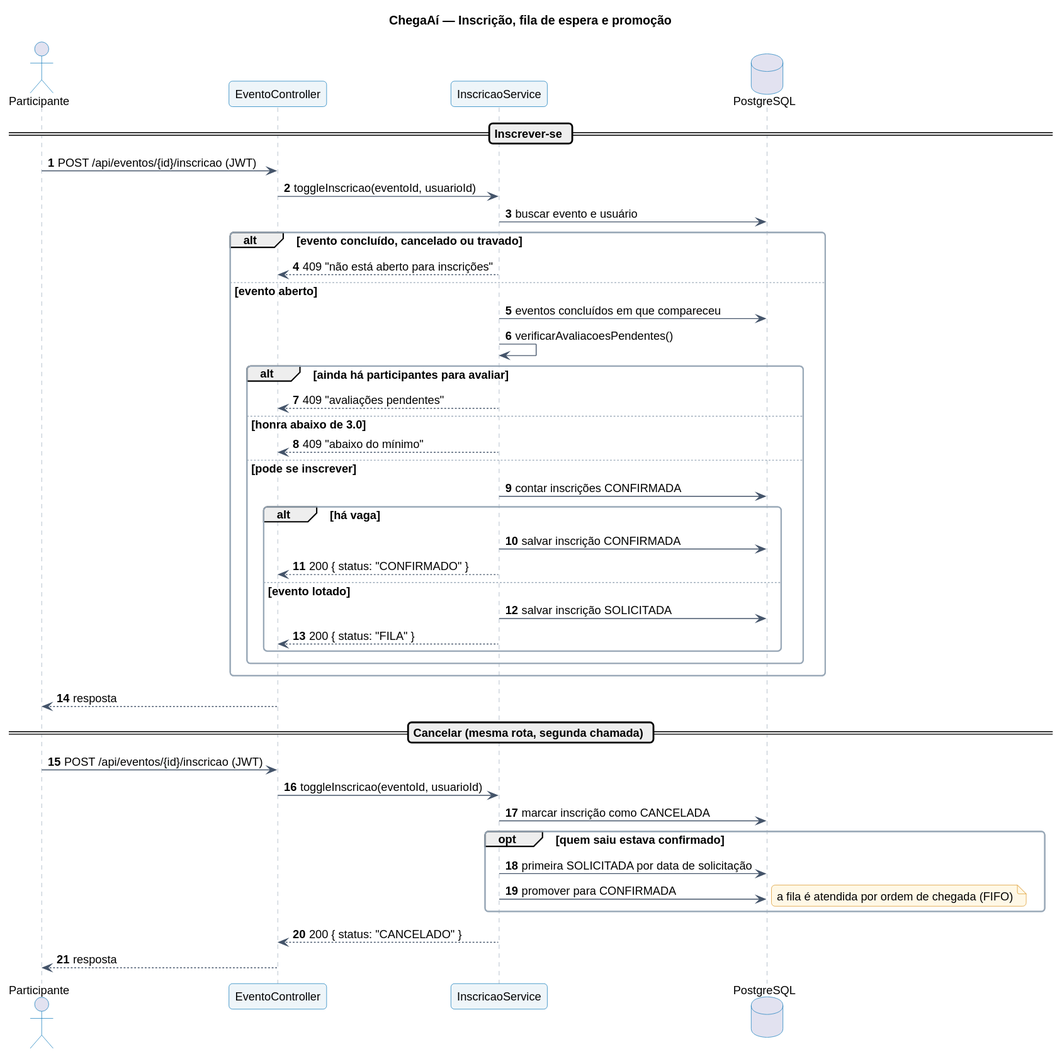
PedroBartkevihi/ChegaAi keeps this PlantUML diagram as docs/uml/sequencia-inscricao.svg. Above is the earlier version.
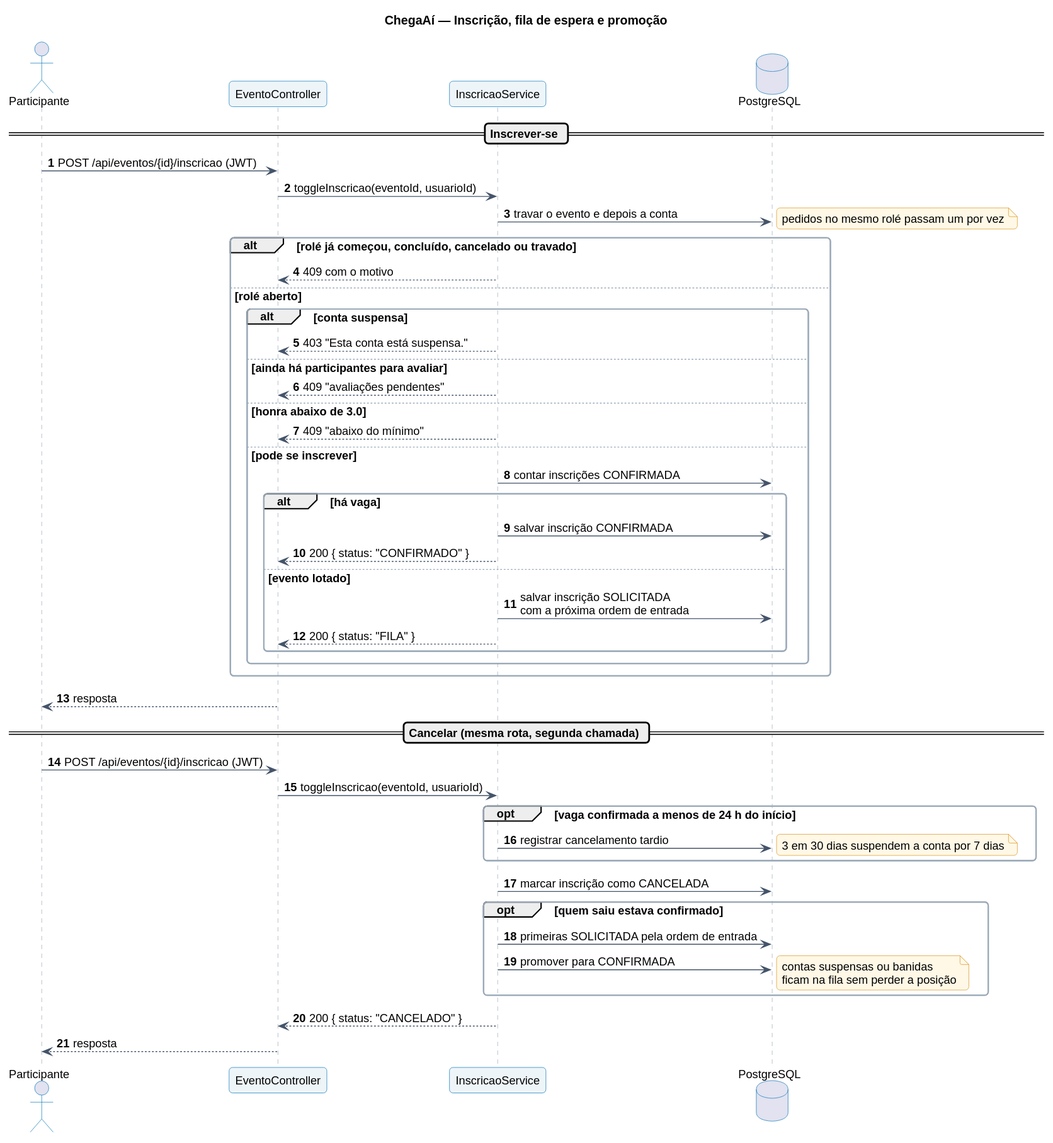
Later version of the same file.

Diff of the diagram source:
```diff
@@ -11,13 +11,14 @@
 == Inscrever-se ==
 Participante -> Ctrl : POST /api/eventos/{id}/inscricao (JWT)
 Ctrl -> Serv : toggleInscricao(eventoId, usuarioId)
-Serv -> Banco : buscar evento e usuário
-alt evento concluído, cancelado ou travado
-  Serv --> Ctrl : 409 "não está aberto para inscrições"
-else evento aberto
-  Serv -> Banco : eventos concluídos em que compareceu
-  Serv -> Serv : verificarAvaliacoesPendentes()
-  alt ainda há participantes para avaliar
+Serv -> Banco : travar o evento e depois a conta
+note right : pedidos no mesmo rolé passam um por vez
+alt rolé já começou, concluído, cancelado ou travado
+  Serv --> Ctrl : 409 com o motivo
+else rolé aberto
+  alt conta suspensa
+    Serv --> Ctrl : 403 "Esta conta está suspensa."
+  else ainda há participantes para avaliar
     Serv --> Ctrl : 409 "avaliações pendentes"
   else honra abaixo de 3.0
     Serv --> Ctrl : 409 "abaixo do mínimo"
@@ -27,7 +28,7 @@
       Serv -> Banco : salvar inscrição CONFIRMADA
       Serv --> Ctrl : 200 { status: "CONFIRMADO" }
     else evento lotado
-      Serv -> Banco : salvar inscrição SOLICITADA
+      Serv -> Banco : salvar inscrição SOLICITADA\ncom a próxima ordem de entrada
       Serv --> Ctrl : 200 { status: "FILA" }
     end
   end
@@ -37,11 +38,15 @@
 == Cancelar (mesma rota, segunda chamada) ==
 Participante -> Ctrl : POST /api/eventos/{id}/inscricao (JWT)
 Ctrl -> Serv : toggleInscricao(eventoId, usuarioId)
+opt vaga confirmada a menos de 24 h do início
+  Serv -> Banco : registrar cancelamento tardio
+  note right : 3 em 30 dias suspendem a conta por 7 dias
+end
 Serv -> Banco : marcar inscrição como CANCELADA
 opt quem saiu estava confirmado
-  Serv -> Banco : primeira SOLICITADA por data de solicitação
+  Serv -> Banco : primeiras SOLICITADA pela ordem de entrada
   Serv -> Banco : promover para CONFIRMADA
-  note right : a fila é atendida por ordem de chegada (FIFO)
+  note right : contas suspensas ou banidas\nficam na fila sem perder a posição
 end
 Serv --> Ctrl : 200 { status: "CANCELADO" }
 Ctrl --> Participante : resposta
```
